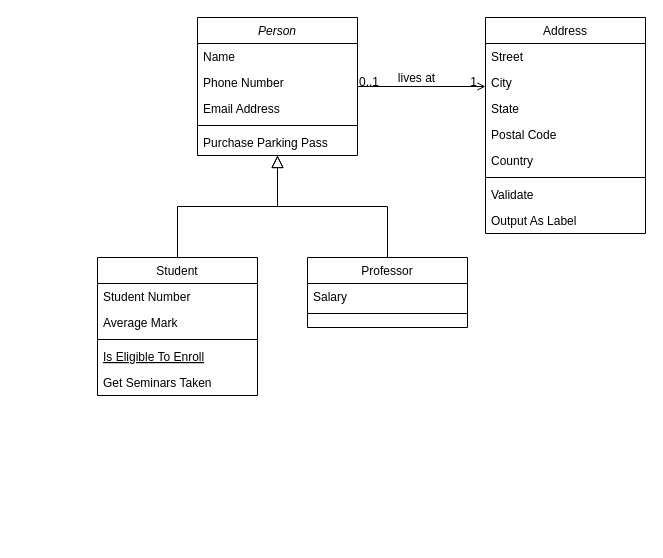
This is ThueTNCN.drawio from Black-Cloud-2301/diagram, a draw.io file, before an edit. Source tidied: cells renumbered, new cells numbered last; positions are measured from the earlier drawing's top-left corner, leaving out a move shared by most shapes. Both pictures are drawn from the tidied source at 100%, with x=0, y=0 at pixel (97, 17).
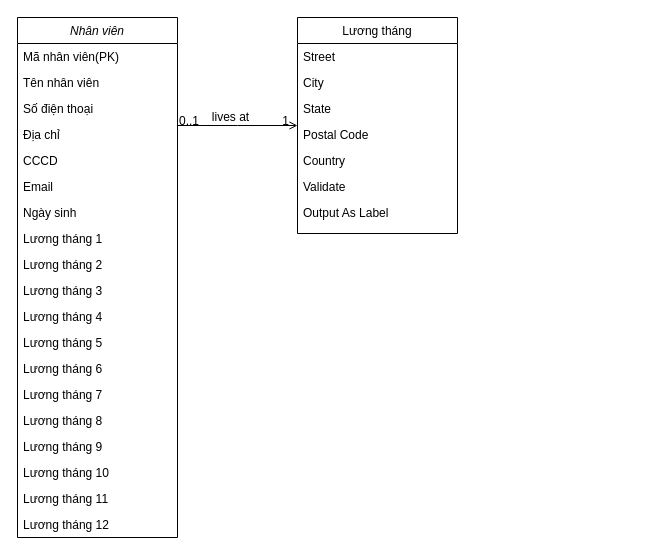
The same page after the edit.

Diff of the diagram source:
```diff
@@
-    <mxCell id="2" value="Person" style="swimlane;fontStyle=2;align=center;verticalAlign=top;horizontal=1;startSize=26;rounded=0;shadow=0;strokeWidth=1;" parent="1" vertex="1">
-      <mxGeometry x="100" width="160" height="138" as="geometry" />
+    <mxCell id="2" value="Nhân viên" style="swimlane;fontStyle=2;align=center;verticalAlign=top;horizontal=1;startSize=26;rounded=0;shadow=0;strokeWidth=1;" parent="1" vertex="1">
+      <mxGeometry x="-80" width="160" height="520" as="geometry" />
     </mxCell>
-    <mxCell id="3" value="Name" style="text;align=left;verticalAlign=top;spacingLeft=4;spacingRight=4;overflow=hidden;" parent="2" vertex="1">
+    <mxCell id="3" value="Mã nhân viên(PK)" style="text;align=left;verticalAlign=top;spacingLeft=4;spacingRight=4;overflow=hidden;" parent="2" vertex="1">
       <mxGeometry y="26" width="160" height="26" as="geometry" />
     </mxCell>
-    <mxCell id="4" value="Phone Number" style="text;align=left;verticalAlign=top;spacingLeft=4;spacingRight=4;overflow=hidden;rounded=0;shadow=0;html=0;" parent="2" vertex="1">
+    <mxCell id="4" value="Tên nhân viên" style="text;align=left;verticalAlign=top;spacingLeft=4;spacingRight=4;overflow=hidden;rounded=0;shadow=0;html=0;" parent="2" vertex="1">
       <mxGeometry y="52" width="160" height="26" as="geometry" />
     </mxCell>
-    <mxCell id="5" value="Email Address" style="text;align=left;verticalAlign=top;spacingLeft=4;spacingRight=4;overflow=hidden;rounded=0;shadow=0;html=0;" parent="2" vertex="1">
+    <mxCell id="5" value="Số điện thoại" style="text;align=left;verticalAlign=top;spacingLeft=4;spacingRight=4;overflow=hidden;rounded=0;shadow=0;html=0;" parent="2" vertex="1">
       <mxGeometry y="78" width="160" height="26" as="geometry" />
     </mxCell>
-    <mxCell id="6" style="line;html=1;strokeWidth=1;align=left;verticalAlign=middle;spacingTop=-1;spacingLeft=3;spacingRight=3;labelPosition=right;" parent="2" vertex="1">
-      <mxGeometry y="104" width="160" height="8" as="geometry" />
-    </mxCell>
-    <mxCell id="7" value="Purchase Parking Pass" style="text;align=left;verticalAlign=top;spacingLeft=4;spacingRight=4;overflow=hidden;" parent="2" vertex="1">
-      <mxGeometry y="112" width="160" height="26" as="geometry" />
+    <mxCell id="7" value="Địa chỉ" style="text;align=left;verticalAlign=top;spacingLeft=4;spacingRight=4;overflow=hidden;" parent="2" vertex="1">
+      <mxGeometry y="104" width="160" height="26" as="geometry" />
     </mxCell>
-    <mxCell id="8" value="Student" style="swimlane;fontStyle=0;align=center;verticalAlign=top;horizontal=1;startSize=26;rounded=0;shadow=0;strokeWidth=1;" parent="1" vertex="1">
-      <mxGeometry y="240" width="160" height="138" as="geometry" />
-    </mxCell>
-    <mxCell id="9" value="Student Number" style="text;align=left;verticalAlign=top;spacingLeft=4;spacingRight=4;overflow=hidden;" parent="8" vertex="1">
-      <mxGeometry y="26" width="160" height="26" as="geometry" />
-    </mxCell>
-    <mxCell id="10" value="Average Mark" style="text;align=left;verticalAlign=top;spacingLeft=4;spacingRight=4;overflow=hidden;rounded=0;shadow=0;html=0;" parent="8" vertex="1">
-      <mxGeometry y="52" width="160" height="26" as="geometry" />
-    </mxCell>
-    <mxCell id="11" style="line;html=1;strokeWidth=1;align=left;verticalAlign=middle;spacingTop=-1;spacingLeft=3;spacingRight=3;labelPosition=right;" parent="8" vertex="1">
-      <mxGeometry y="78" width="160" height="8" as="geometry" />
-    </mxCell>
-    <mxCell id="12" value="Is Eligible To Enroll" style="text;align=left;verticalAlign=top;spacingLeft=4;spacingRight=4;overflow=hidden;fontStyle=4;" parent="8" vertex="1">
-      <mxGeometry y="86" width="160" height="26" as="geometry" />
-    </mxCell>
-    <mxCell id="13" value="Get Seminars Taken" style="text;align=left;verticalAlign=top;spacingLeft=4;spacingRight=4;overflow=hidden;" parent="8" vertex="1">
-      <mxGeometry y="112" width="160" height="26" as="geometry" />
-    </mxCell>
-    <mxCell id="14" style="endArrow=block;endSize=10;endFill=0;shadow=0;strokeWidth=1;rounded=0;edgeStyle=elbowEdgeStyle;elbow=vertical;" parent="1" edge="1" source="8" target="2">
-      <mxGeometry relative="1" as="geometry" />
-    </mxCell>
-    <mxCell id="15" value="Professor" style="swimlane;fontStyle=0;align=center;verticalAlign=top;horizontal=1;startSize=26;rounded=0;shadow=0;strokeWidth=1;" parent="1" vertex="1">
-      <mxGeometry x="210" y="240" width="160" height="70" as="geometry" />
-    </mxCell>
-    <mxCell id="16" value="Salary" style="text;align=left;verticalAlign=top;spacingLeft=4;spacingRight=4;overflow=hidden;" parent="15" vertex="1">
-      <mxGeometry y="26" width="160" height="26" as="geometry" />
-    </mxCell>
-    <mxCell id="17" style="line;html=1;strokeWidth=1;align=left;verticalAlign=middle;spacingTop=-1;spacingLeft=3;spacingRight=3;labelPosition=right;" parent="15" vertex="1">
-      <mxGeometry y="52" width="160" height="8" as="geometry" />
-    </mxCell>
-    <mxCell id="18" style="endArrow=block;endSize=10;endFill=0;shadow=0;strokeWidth=1;rounded=0;edgeStyle=elbowEdgeStyle;elbow=vertical;" parent="1" edge="1" source="15" target="2">
-      <mxGeometry relative="1" as="geometry" />
-    </mxCell>
+    <mxCell id="32" value="CCCD" style="text;align=left;verticalAlign=top;spacingLeft=4;spacingRight=4;overflow=hidden;" parent="2" vertex="1">
+      <mxGeometry y="130" width="160" height="26" as="geometry" />
+    </mxCell>
+    <mxCell id="33" value="Email" style="text;align=left;verticalAlign=top;spacingLeft=4;spacingRight=4;overflow=hidden;" parent="2" vertex="1">
+      <mxGeometry y="156" width="160" height="26" as="geometry" />
+    </mxCell>
+    <mxCell id="34" value="Ngày sinh" style="text;align=left;verticalAlign=top;spacingLeft=4;spacingRight=4;overflow=hidden;" parent="2" vertex="1">
+      <mxGeometry y="182" width="160" height="26" as="geometry" />
+    </mxCell>
+    <mxCell id="35" value="Lương tháng 1" style="text;align=left;verticalAlign=top;spacingLeft=4;spacingRight=4;overflow=hidden;" parent="2" vertex="1">
+      <mxGeometry y="208" width="160" height="26" as="geometry" />
+    </mxCell>
+    <mxCell id="36" value="Lương tháng 2" style="text;align=left;verticalAlign=top;spacingLeft=4;spacingRight=4;overflow=hidden;" parent="2" vertex="1">
+      <mxGeometry y="234" width="160" height="26" as="geometry" />
+    </mxCell>
+    <mxCell id="37" value="Lương tháng 3" style="text;align=left;verticalAlign=top;spacingLeft=4;spacingRight=4;overflow=hidden;" parent="2" vertex="1">
+      <mxGeometry y="260" width="160" height="26" as="geometry" />
+    </mxCell>
+    <mxCell id="38" value="Lương tháng 4" style="text;align=left;verticalAlign=top;spacingLeft=4;spacingRight=4;overflow=hidden;" parent="2" vertex="1">
+      <mxGeometry y="286" width="160" height="26" as="geometry" />
+    </mxCell>
+    <mxCell id="39" value="Lương tháng 5" style="text;align=left;verticalAlign=top;spacingLeft=4;spacingRight=4;overflow=hidden;" parent="2" vertex="1">
+      <mxGeometry y="312" width="160" height="26" as="geometry" />
+    </mxCell>
+    <mxCell id="40" value="Lương tháng 6" style="text;align=left;verticalAlign=top;spacingLeft=4;spacingRight=4;overflow=hidden;" parent="2" vertex="1">
+      <mxGeometry y="338" width="160" height="26" as="geometry" />
+    </mxCell>
+    <mxCell id="41" value="Lương tháng 7" style="text;align=left;verticalAlign=top;spacingLeft=4;spacingRight=4;overflow=hidden;" parent="2" vertex="1">
+      <mxGeometry y="364" width="160" height="26" as="geometry" />
+    </mxCell>
+    <mxCell id="42" value="Lương tháng 8" style="text;align=left;verticalAlign=top;spacingLeft=4;spacingRight=4;overflow=hidden;" parent="2" vertex="1">
+      <mxGeometry y="390" width="160" height="26" as="geometry" />
+    </mxCell>
+    <mxCell id="43" value="Lương tháng 9" style="text;align=left;verticalAlign=top;spacingLeft=4;spacingRight=4;overflow=hidden;" parent="2" vertex="1">
+      <mxGeometry y="416" width="160" height="26" as="geometry" />
+    </mxCell>
+    <mxCell id="44" value="Lương tháng 10" style="text;align=left;verticalAlign=top;spacingLeft=4;spacingRight=4;overflow=hidden;" parent="2" vertex="1">
+      <mxGeometry y="442" width="160" height="26" as="geometry" />
+    </mxCell>
+    <mxCell id="45" value="Lương tháng 11" style="text;align=left;verticalAlign=top;spacingLeft=4;spacingRight=4;overflow=hidden;" parent="2" vertex="1">
+      <mxGeometry y="468" width="160" height="26" as="geometry" />
+    </mxCell>
+    <mxCell id="46" value="Lương tháng 12" style="text;align=left;verticalAlign=top;spacingLeft=4;spacingRight=4;overflow=hidden;" parent="2" vertex="1">
+      <mxGeometry y="494" width="160" height="26" as="geometry" />
+    </mxCell>
-    <mxCell id="19" value="Address" style="swimlane;fontStyle=0;align=center;verticalAlign=top;horizontal=1;startSize=26;rounded=0;shadow=0;strokeWidth=1;" parent="1" vertex="1">
-      <mxGeometry x="388" width="160" height="216" as="geometry" />
+    <mxCell id="19" value="Lương tháng" style="swimlane;fontStyle=0;align=center;verticalAlign=top;horizontal=1;startSize=26;rounded=0;shadow=0;strokeWidth=1;" parent="1" vertex="1">
+      <mxGeometry x="200" width="160" height="216" as="geometry" />
     </mxCell>
@@
-    <mxCell id="25" style="line;html=1;strokeWidth=1;align=left;verticalAlign=middle;spacingTop=-1;spacingLeft=3;spacingRight=3;labelPosition=right;" parent="19" vertex="1">
-      <mxGeometry y="156" width="160" height="8" as="geometry" />
-    </mxCell>
     <mxCell id="26" value="Validate" style="text;align=left;verticalAlign=top;spacingLeft=4;spacingRight=4;overflow=hidden;" parent="19" vertex="1">
-      <mxGeometry y="164" width="160" height="26" as="geometry" />
+      <mxGeometry y="156" width="160" height="26" as="geometry" />
     </mxCell>
     <mxCell id="27" value="Output As Label" style="text;align=left;verticalAlign=top;spacingLeft=4;spacingRight=4;overflow=hidden;" parent="19" vertex="1">
-      <mxGeometry y="190" width="160" height="26" as="geometry" />
+      <mxGeometry y="182" width="160" height="26" as="geometry" />
     </mxCell>
```
